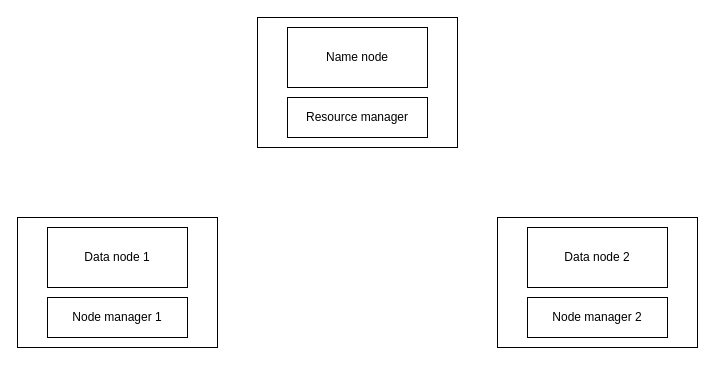
Above: HDFS architecture.drawio in vukhanh09/DATN (draw.io), before the change. Source tidied: cells renumbered, new cells numbered last; positions are measured from the earlier drawing's top-left corner, leaving out a move shared by most shapes. Both pictures are drawn from the tidied source at 100%, with x=0, y=0 at pixel (17, 17).
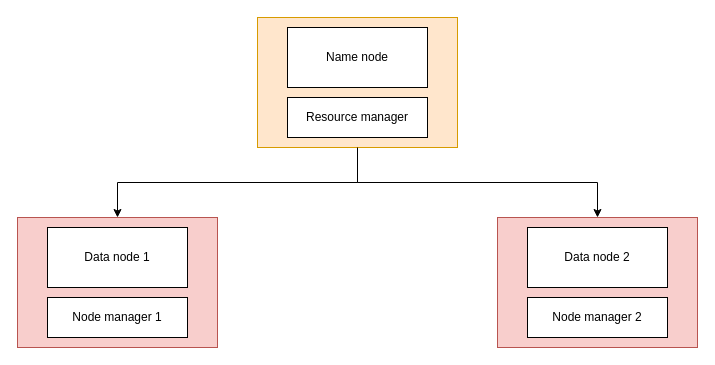
After the change.

Diff of the diagram source:
```diff
@@
 <mxGraphModel>
   <root>
     <mxCell id="0" />
     <mxCell id="1" parent="0" />
+    <mxCell id="11" style="edgeStyle=orthogonalEdgeStyle;rounded=0;jettySize=auto;html=1;exitX=0.5;exitY=1;exitDx=0;exitDy=0;entryX=0.5;entryY=0;entryDx=0;entryDy=0;" parent="1" edge="1" source="2" target="8">
+      <mxGeometry relative="1" as="geometry" />
+    </mxCell>
-    <mxCell id="2" style="rounded=0;whiteSpace=wrap;html=1;" parent="1" vertex="1">
+    <mxCell id="2" style="rounded=0;whiteSpace=wrap;html=1;fillColor=#ffe6cc;strokeColor=#d79b00;" parent="1" vertex="1">
       <mxGeometry x="240" width="200" height="130" as="geometry" />
     </mxCell>
+    <mxCell id="12" style="edgeStyle=orthogonalEdgeStyle;rounded=0;jettySize=auto;html=1;exitX=0.5;exitY=1;exitDx=0;exitDy=0;entryX=0.5;entryY=0;entryDx=0;entryDy=0;" parent="1" edge="1" source="2" target="5">
+      <mxGeometry relative="1" as="geometry" />
+    </mxCell>
     <mxCell id="3" value="Name node" style="rounded=0;whiteSpace=wrap;html=1;" parent="1" vertex="1">
       <mxGeometry x="270" y="10" width="140" height="60" as="geometry" />
     </mxCell>
     <mxCell id="4" value="Resource manager" style="rounded=0;whiteSpace=wrap;html=1;" parent="1" vertex="1">
       <mxGeometry x="270" y="80" width="140" height="40" as="geometry" />
     </mxCell>
-    <mxCell id="5" style="rounded=0;whiteSpace=wrap;html=1;" parent="1" vertex="1">
+    <mxCell id="5" style="rounded=0;whiteSpace=wrap;html=1;fillColor=#f8cecc;strokeColor=#b85450;" parent="1" vertex="1">
       <mxGeometry y="200" width="200" height="130" as="geometry" />
     </mxCell>
     <mxCell id="6" value="Data node 1" style="rounded=0;whiteSpace=wrap;html=1;" parent="1" vertex="1">
       <mxGeometry x="30" y="210" width="140" height="60" as="geometry" />
     </mxCell>
     <mxCell id="7" value="Node manager 1" style="rounded=0;whiteSpace=wrap;html=1;" parent="1" vertex="1">
       <mxGeometry x="30" y="280" width="140" height="40" as="geometry" />
     </mxCell>
-    <mxCell id="8" style="rounded=0;whiteSpace=wrap;html=1;" parent="1" vertex="1">
+    <mxCell id="8" style="rounded=0;whiteSpace=wrap;html=1;fillColor=#f8cecc;strokeColor=#b85450;" parent="1" vertex="1">
       <mxGeometry x="480" y="200" width="200" height="130" as="geometry" />
     </mxCell>
     <mxCell id="9" value="Data node 2" style="rounded=0;whiteSpace=wrap;html=1;" parent="1" vertex="1">
       <mxGeometry x="510" y="210" width="140" height="60" as="geometry" />
     </mxCell>
     <mxCell id="10" value="Node manager 2" style="rounded=0;whiteSpace=wrap;html=1;" parent="1" vertex="1">
       <mxGeometry x="510" y="280" width="140" height="40" as="geometry" />
     </mxCell>
   </root>
 </mxGraphModel>
```
